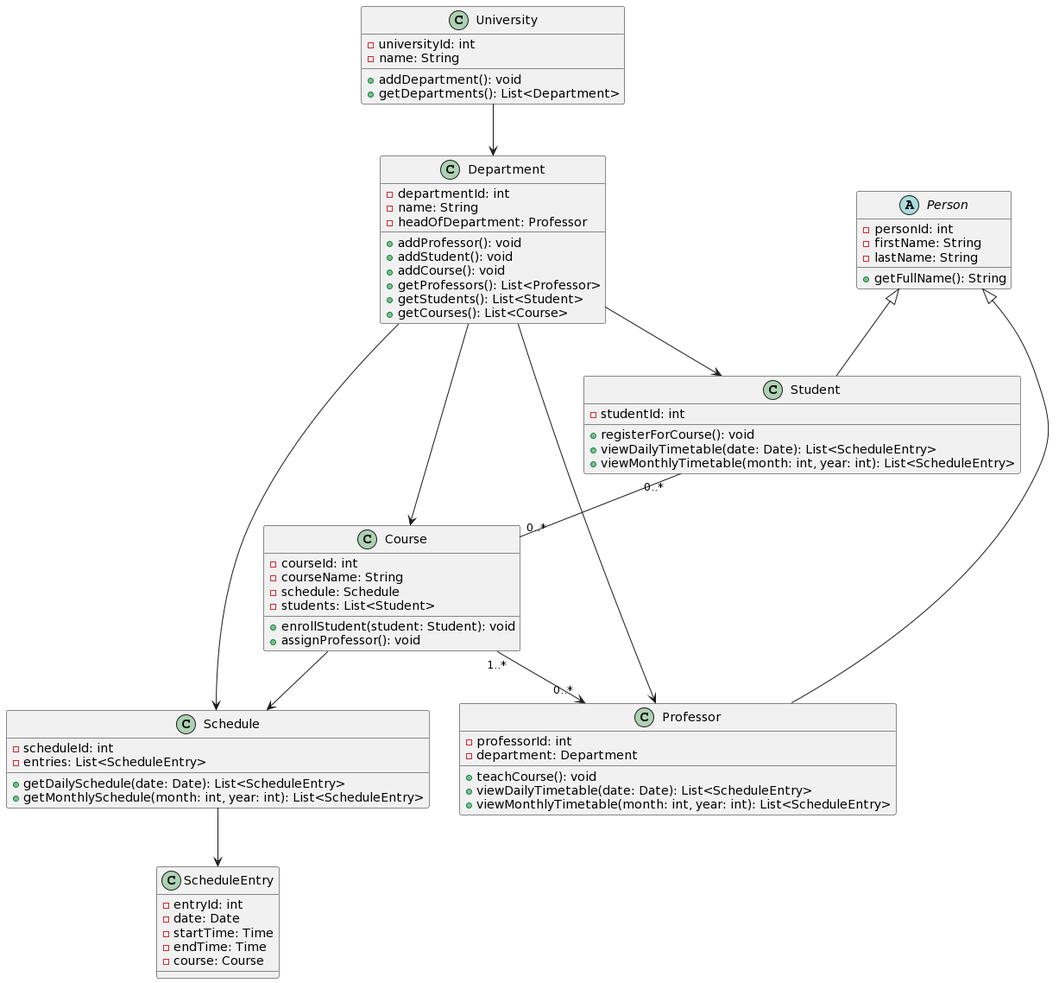
Above: diagram.png in d-svol/university-cms (PlantUML), before the change. Source of this version:
```plantuml
@startuml
class University {
  - universityId: int
  - name: String
  + addDepartment(): void
  + getDepartments(): List<Department>
}

class Department {
  - departmentId: int
  - name: String
  - headOfDepartment: Professor
  + addProfessor(): void
  + addStudent(): void
  + addCourse(): void
  + getProfessors(): List<Professor>
  + getStudents(): List<Student>
  + getCourses(): List<Course>
}

abstract class Person {
  - personId: int
  - firstName: String
  - lastName: String
  + getFullName(): String
}

class Professor {
  - professorId: int
  - department: Department
  + teachCourse(): void
  + viewDailyTimetable(date: Date): List<ScheduleEntry>
  + viewMonthlyTimetable(month: int, year: int): List<ScheduleEntry>
}

class Student {
  - studentId: int
  + registerForCourse(): void
  + viewDailyTimetable(date: Date): List<ScheduleEntry>
  + viewMonthlyTimetable(month: int, year: int): List<ScheduleEntry>
}

class Course {
  - courseId: int
  - courseName: String
  - schedule: Schedule
  - students: List<Student>
  + enrollStudent(student: Student): void
  + assignProfessor(): void
}

class Schedule {
  - scheduleId: int
  - entries: List<ScheduleEntry>
  + getDailySchedule(date: Date): List<ScheduleEntry>
  + getMonthlySchedule(month: int, year: int): List<ScheduleEntry>
}

class ScheduleEntry {
  - entryId: int
  - date: Date
  - startTime: Time
  - endTime: Time
  - course: Course
}

University --> Department
Department --> Professor
Department --> Student
Department --> Course
Person <|-- Professor
Person <|-- Student
Course "1..*" --> "0..*" Professor
Course --> Schedule
Department --> Schedule
Schedule --> ScheduleEntry
Student "0..*" -- "0..*" Course
@enduml
```
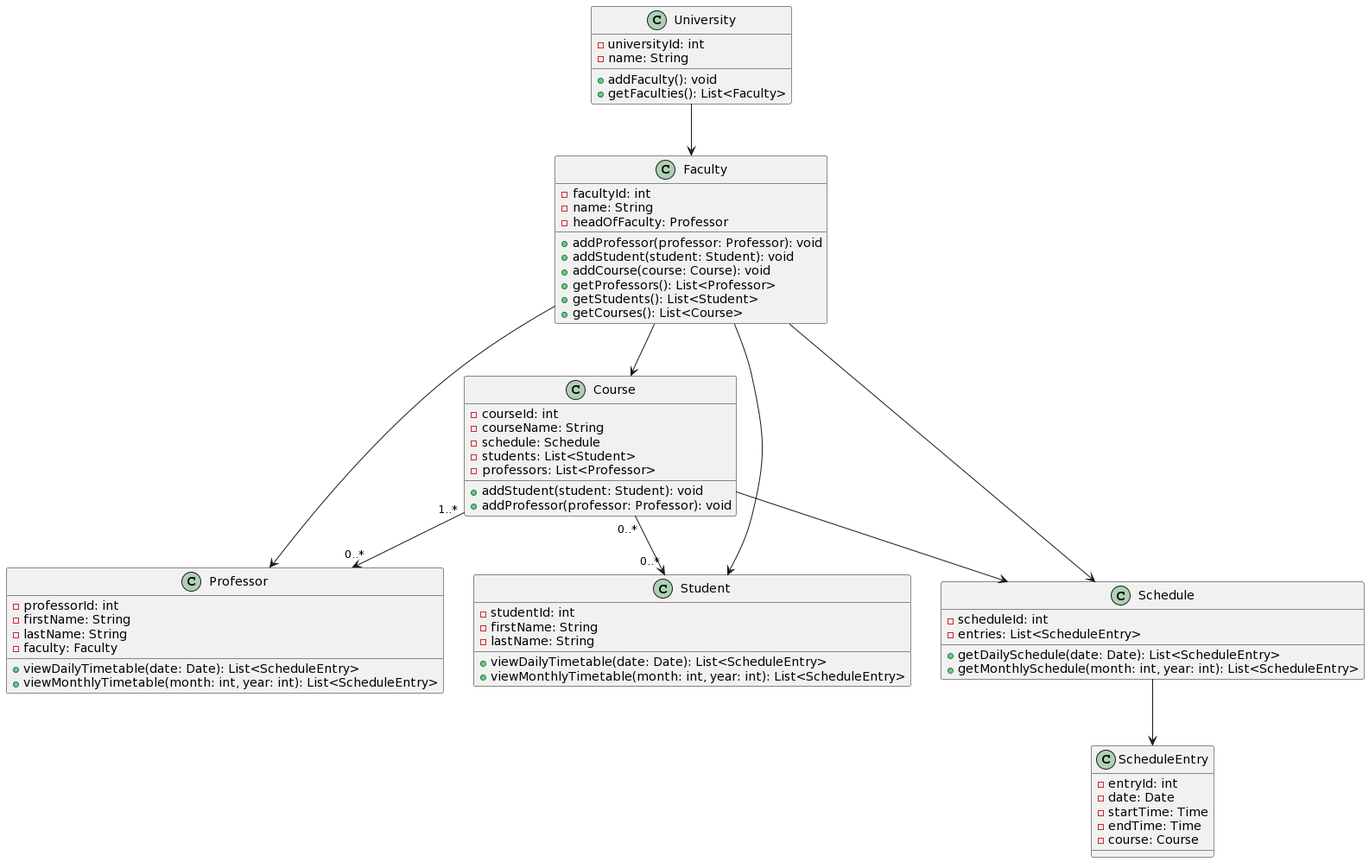
After the change.

The edit, as a diff of the source:
```diff
@@ -2,40 +2,35 @@
 class University {
   - universityId: int
   - name: String
-  + addDepartment(): void
-  + getDepartments(): List<Department>
+  + addFaculty(): void
+  + getFaculties(): List<Faculty>
 }
 
-class Department {
-  - departmentId: int
+class Faculty {
+  - facultyId: int
   - name: String
-  - headOfDepartment: Professor
-  + addProfessor(): void
-  + addStudent(): void
-  + addCourse(): void
+  - headOfFaculty: Professor
+  + addProfessor(professor: Professor): void
+  + addStudent(student: Student): void
+  + addCourse(course: Course): void
   + getProfessors(): List<Professor>
   + getStudents(): List<Student>
   + getCourses(): List<Course>
 }
 
-abstract class Person {
-  - personId: int
+class Professor {
+  - professorId: int
   - firstName: String
   - lastName: String
-  + getFullName(): String
-}
-
-class Professor {
-  - professorId: int
-  - department: Department
-  + teachCourse(): void
+  - faculty: Faculty
   + viewDailyTimetable(date: Date): List<ScheduleEntry>
   + viewMonthlyTimetable(month: int, year: int): List<ScheduleEntry>
 }
 
 class Student {
   - studentId: int
-  + registerForCourse(): void
+  - firstName: String
+  - lastName: String
   + viewDailyTimetable(date: Date): List<ScheduleEntry>
   + viewMonthlyTimetable(month: int, year: int): List<ScheduleEntry>
 }
@@ -45,8 +40,9 @@
   - courseName: String
   - schedule: Schedule
   - students: List<Student>
-  + enrollStudent(student: Student): void
-  + assignProfessor(): void
+  - professors: List<Professor>
+  + addStudent(student: Student): void
+  + addProfessor(professor: Professor): void
 }
 
 class Schedule {
@@ -64,15 +60,13 @@
   - course: Course
 }
 
-University --> Department
-Department --> Professor
-Department --> Student
-Department --> Course
-Person <|-- Professor
-Person <|-- Student
+University --> Faculty
+Faculty --> Course
 Course "1..*" --> "0..*" Professor
+Course "0..*" --> "0..*" Student
 Course --> Schedule
-Department --> Schedule
+Faculty --> Professor
+Faculty --> Student
+Faculty --> Schedule
 Schedule --> ScheduleEntry
-Student "0..*" -- "0..*" Course
 @enduml
```
